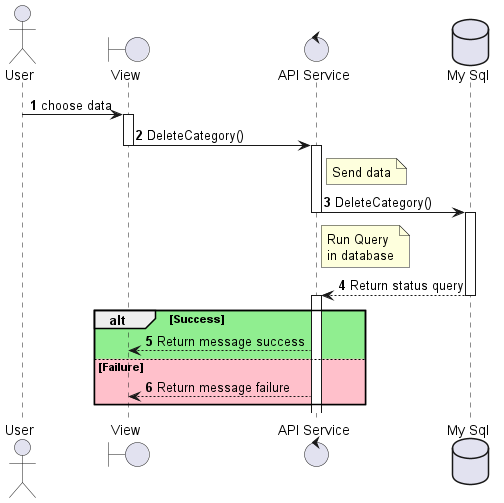
Above: out/sequenceDiagram_ProductCategory_delete/sequenceDiagram_ProductCategory_delete.png in Fitranda/Diagram (PlantUML), before the change.
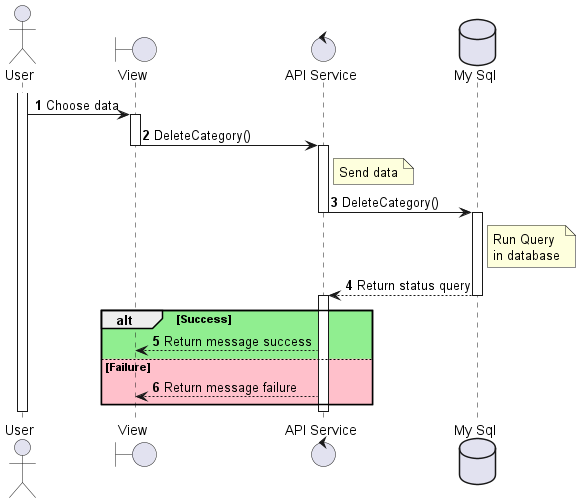
After the change.

What changed in the source:
```diff
@@ -5,15 +5,25 @@
 database "My Sql" as DB
 
 autonumber
-User -> View --++ : choose data
-View -> APIService --++ : DeleteCategory()
+activate User
+User -> View : Choose data
+activate View
+View -> APIService : DeleteCategory()
+deactivate View
+activate APIService
 note right of APIService: Send data
-APIService -> DB --++ : DeleteCategory()
-note right of APIService: Run Query\nin database
-DB --> APIService --++ : Return status query
-alt #LightGreen  Success
-    APIService --> View  : Return message success
+APIService -> DB : DeleteCategory()
+deactivate APIService
+activate DB
+note right of DB: Run Query\nin database
+DB --> APIService : Return status query
+deactivate DB
+activate APIService
+alt #LightGreen Success
+    APIService --> View : Return message success
 else #Pink Failure
-    APIService --> View  : Return message failure
+    APIService --> View : Return message failure
 end
+deactivate User
+deactivate APIService
 @enduml
```
